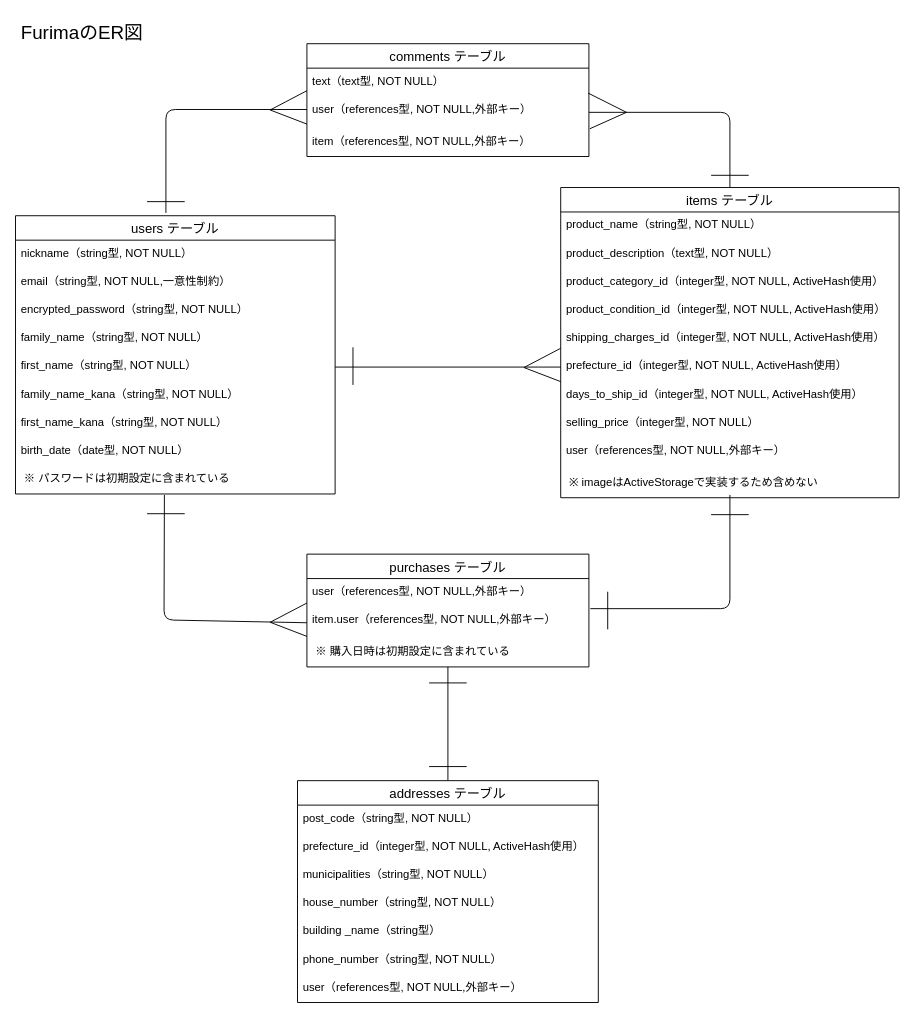
The draw.io diagram DB_ER.dio in yuuri-aqua/furima-38690, before the edit. Source tidied: cells renumbered, new cells numbered last; positions are measured from the earlier drawing's top-left corner, leaving out a move shared by most shapes. Both pictures are drawn from the tidied source at 94%, with x=0, y=0 at pixel (15, 15).
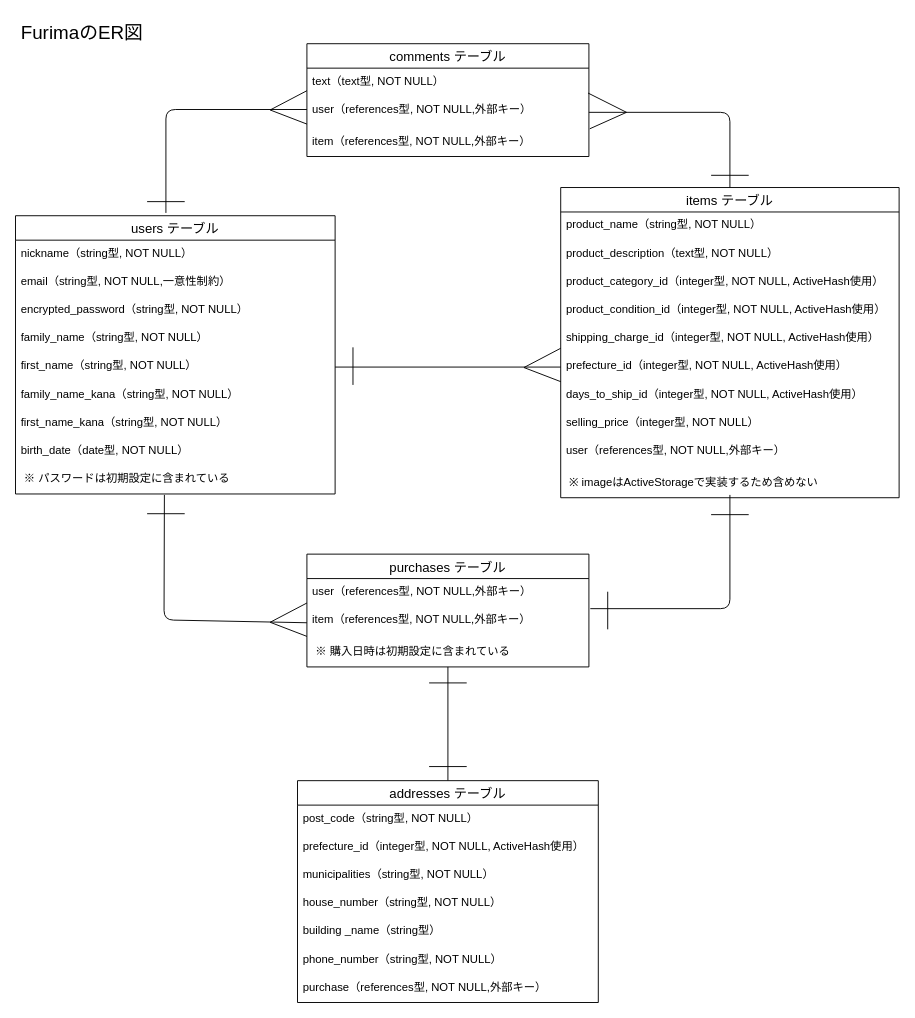
The same diagram, later.

Unchanged cells that the change refers to:
```xml
<mxCell id="14" value="purchases テーブル" style="swimlane;fontStyle=0;horizontal=1;startSize=26;align=center;fontSize=14;" parent="1" vertex="1">
  <mxGeometry x="310" y="573" width="300" height="120" as="geometry" />
</mxCell>
<mxCell id="19" value="items テーブル" style="swimlane;fontStyle=0;horizontal=1;startSize=26;align=center;fontSize=14;" parent="1" vertex="1">
  <mxGeometry x="580" y="183" width="360" height="330" as="geometry" />
</mxCell>
<mxCell id="30" value="addresses テーブル" style="swimlane;fontStyle=0;horizontal=1;startSize=26;align=center;fontSize=14;" parent="1" vertex="1">
  <mxGeometry x="300" y="814" width="320" height="236" as="geometry" />
</mxCell>
```

What changed in the source:
```diff
@@
-    <mxCell id="16" value="item.user（references型, NOT NULL,外部キー）" style="text;strokeColor=none;fillColor=none;spacingLeft=4;spacingRight=4;overflow=hidden;points=[[0,0.5],[1,0.5]];portConstraint=eastwest;fontSize=12;" parent="14" vertex="1">
+    <mxCell id="16" value="item（references型, NOT NULL,外部キー）" style="text;strokeColor=none;fillColor=none;spacingLeft=4;spacingRight=4;overflow=hidden;points=[[0,0.5],[1,0.5]];portConstraint=eastwest;fontSize=12;" parent="14" vertex="1">
       <mxGeometry y="56" width="300" height="34" as="geometry" />
     </mxCell>
@@
-    <mxCell id="24" value="shipping_charges_id（integer型, NOT NULL, ActiveHash使用）" style="text;strokeColor=none;fillColor=none;spacingLeft=4;spacingRight=4;overflow=hidden;fontSize=12;" parent="19" vertex="1">
+    <mxCell id="24" value="shipping_charge_id（integer型, NOT NULL, ActiveHash使用）" style="text;strokeColor=none;fillColor=none;spacingLeft=4;spacingRight=4;overflow=hidden;fontSize=12;" parent="19" vertex="1">
       <mxGeometry y="146" width="360" height="30" as="geometry" />
     </mxCell>
@@
-    <mxCell id="37" value="user（references型, NOT NULL,外部キー）" style="text;strokeColor=none;fillColor=none;spacingLeft=4;spacingRight=4;overflow=hidden;fontSize=12;" parent="30" vertex="1">
+    <mxCell id="37" value="purchase（references型, NOT NULL,外部キー）" style="text;strokeColor=none;fillColor=none;spacingLeft=4;spacingRight=4;overflow=hidden;fontSize=12;" parent="30" vertex="1">
       <mxGeometry y="206" width="320" height="30" as="geometry" />
     </mxCell>
```
